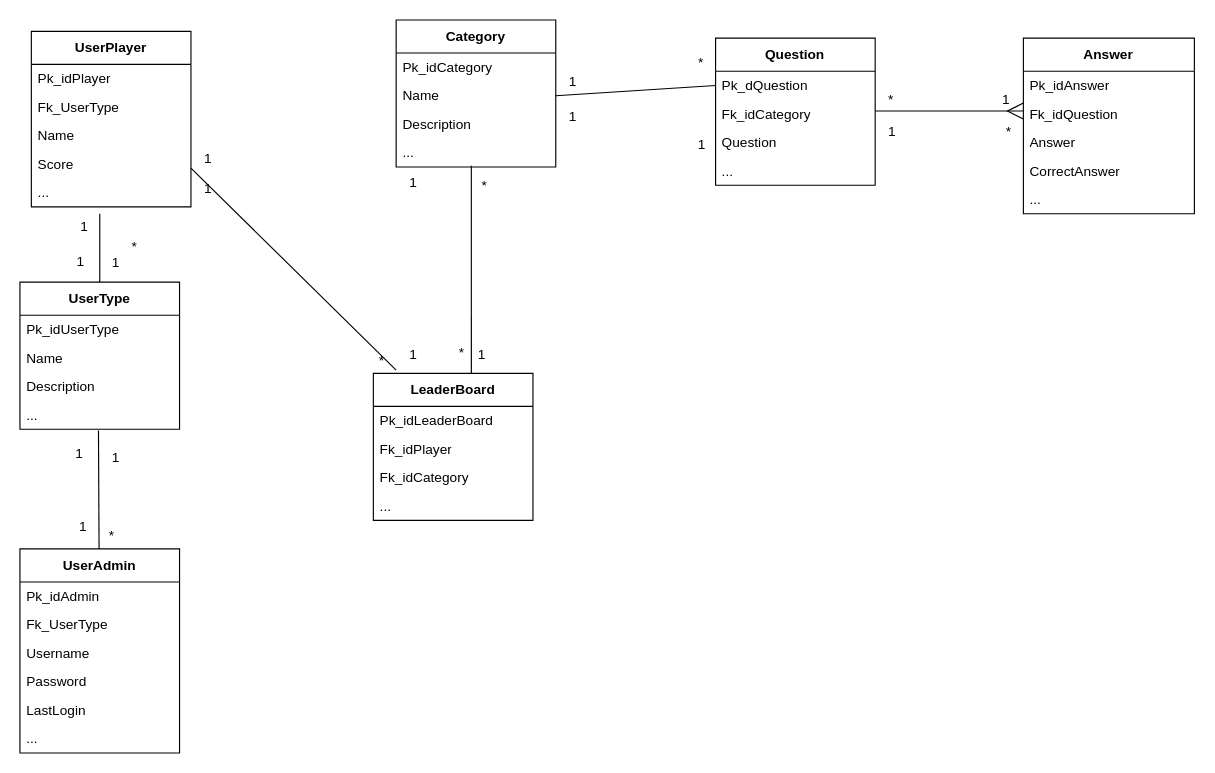
BACHILYEC/PROYECTO-FINAL-PROG-II keeps this draw.io diagram as File/03MER.drawio. Above is the earlier version. Source tidied: cells renumbered, new cells numbered last; positions are measured from the earlier drawing's top-left corner, leaving out a move shared by most shapes. Both pictures are drawn from the tidied source at 114%, with x=0, y=0 at pixel (19, 19).
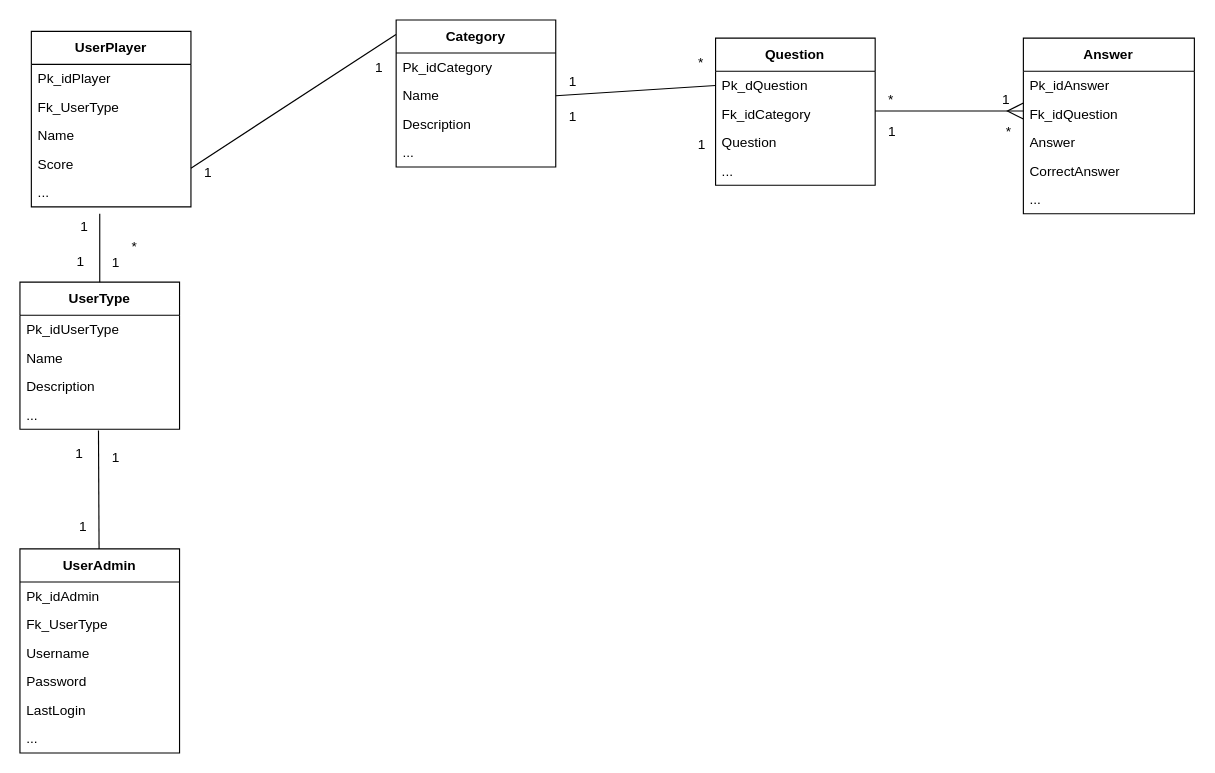
The same diagram, later.

The change refers to these unchanged cells:
```xml
<mxCell id="13" value="Category" style="swimlane;fontStyle=1;align=center;verticalAlign=middle;horizontal=1;startSize=29;html=1;whiteSpace=wrap;" parent="1" vertex="1">
  <mxGeometry x="330" width="140" height="129" as="geometry" />
</mxCell>
<mxCell id="17" value="&lt;div&gt;...&lt;/div&gt;" style="text;html=1;strokeColor=none;fillColor=none;align=left;verticalAlign=middle;spacingLeft=4;spacingRight=4;overflow=hidden;points=[[0,0.5],[1,0.5]];portConstraint=eastwest;whiteSpace=wrap;" parent="13" vertex="1">
  <mxGeometry y="104" width="140" height="25" as="geometry" />
</mxCell>
```

Diff of the diagram source:
```diff
@@
-    <mxCell id="24" value="LeaderBoard" style="swimlane;fontStyle=1;align=center;verticalAlign=middle;horizontal=1;startSize=29;html=1;whiteSpace=wrap;" parent="1" vertex="1">
-      <mxGeometry x="310" y="310" width="140" height="129" as="geometry" />
-    </mxCell>
-    <mxCell id="25" value="&lt;div&gt;Pk_idLeaderBoard&lt;/div&gt;" style="text;html=1;strokeColor=none;fillColor=none;align=left;verticalAlign=middle;spacingLeft=4;spacingRight=4;overflow=hidden;whiteSpace=wrap;" parent="24" vertex="1">
-      <mxGeometry y="29" width="140" height="25" as="geometry" />
-    </mxCell>
-    <mxCell id="26" value="&lt;div&gt;Fk_idPlayer&lt;/div&gt;" style="text;html=1;strokeColor=none;fillColor=none;align=left;verticalAlign=middle;spacingLeft=4;spacingRight=4;overflow=hidden;whiteSpace=wrap;" parent="24" vertex="1">
-      <mxGeometry y="54" width="140" height="25" as="geometry" />
-    </mxCell>
-    <mxCell id="27" value="Fk_idCategory" style="text;html=1;strokeColor=none;fillColor=none;align=left;verticalAlign=middle;spacingLeft=4;spacingRight=4;overflow=hidden;whiteSpace=wrap;" parent="24" vertex="1">
-      <mxGeometry y="79" width="140" height="25" as="geometry" />
-    </mxCell>
-    <mxCell id="28" value="&lt;div&gt;...&lt;/div&gt;" style="text;html=1;strokeColor=none;fillColor=none;align=left;verticalAlign=middle;spacingLeft=4;spacingRight=4;overflow=hidden;whiteSpace=wrap;" parent="24" vertex="1">
-      <mxGeometry y="104" width="140" height="25" as="geometry" />
-    </mxCell>
-    <mxCell id="29" style="endArrow=none;html=1;rounded=0;align=center;verticalAlign=top;endFill=0;labelBackgroundColor=none;entryX=0.143;entryY=-0.022;entryDx=0;entryDy=0;entryPerimeter=0;" parent="1" edge="1" target="24">
+    <mxCell id="29" style="endArrow=none;html=1;rounded=0;align=center;verticalAlign=top;endFill=0;labelBackgroundColor=none;entryX=-0.001;entryY=0.099;entryDx=0;entryDy=0;entryPerimeter=0;" parent="1" edge="1" target="13">
       <mxGeometry relative="1" as="geometry">
         <mxPoint x="150" y="130" as="sourcePoint" />
       </mxGeometry>
     </mxCell>
     <mxCell id="30" value="1" style="html=1;align=left;verticalAlign=bottom;labelBackgroundColor=none;" parent="29" vertex="1">
       <mxGeometry x="-1" relative="1" as="geometry">
-        <mxPoint x="10" as="offset" />
+        <mxPoint x="160" y="-80" as="offset" />
       </mxGeometry>
     </mxCell>
     <mxCell id="31" value="1" style="html=1;align=left;verticalAlign=top;labelBackgroundColor=none;" parent="29" vertex="1">
       <mxGeometry x="-1" relative="1" as="geometry">
-        <mxPoint x="10" y="4" as="offset" />
+        <mxPoint x="10" y="-10" as="offset" />
       </mxGeometry>
     </mxCell>
-    <mxCell id="32" value="*" style="html=1;align=right;verticalAlign=bottom;labelBackgroundColor=none;" parent="29" vertex="1">
-      <mxGeometry x="1" relative="1" as="geometry">
-        <mxPoint x="-10" as="offset" />
-      </mxGeometry>
-    </mxCell>
-    <mxCell id="33" style="endArrow=none;html=1;rounded=0;align=center;verticalAlign=top;endFill=0;labelBackgroundColor=none;entryX=0.614;entryY=0;entryDx=0;entryDy=0;exitX=0.471;exitY=0.96;exitDx=0;exitDy=0;exitPerimeter=0;entryPerimeter=0;" parent="1" edge="1" source="17" target="24">
-      <mxGeometry relative="1" as="geometry" />
-    </mxCell>
-    <mxCell id="34" style="html=1;align=left;verticalAlign=bottom;labelBackgroundColor=none;" parent="33" vertex="1">
-      <mxGeometry x="-1" relative="1" as="geometry" />
-    </mxCell>
-    <mxCell id="35" value="1" style="html=1;align=left;verticalAlign=top;labelBackgroundColor=none;" parent="1" vertex="1">
-      <mxGeometry x="340" y="280" as="geometry" />
-    </mxCell>
-    <mxCell id="36" value="1" style="html=1;align=left;verticalAlign=top;labelBackgroundColor=none;" parent="1" vertex="1">
-      <mxGeometry x="340" y="129" as="geometry" />
-    </mxCell>
-    <mxCell id="37" value="*" style="html=1;align=right;verticalAlign=bottom;labelBackgroundColor=none;" parent="1" vertex="1">
-      <mxGeometry x="390" y="300" as="geometry" />
-    </mxCell>
-    <mxCell id="38" value="1" style="html=1;align=left;verticalAlign=top;labelBackgroundColor=none;" parent="1" vertex="1">
-      <mxGeometry x="400" y="280" as="geometry" />
-    </mxCell>
-    <mxCell id="39" value="*" style="html=1;align=right;verticalAlign=bottom;labelBackgroundColor=none;" parent="1" vertex="1">
-      <mxGeometry x="410" y="154" as="geometry" />
-    </mxCell>
@@
-    <mxCell id="66" value="*" style="html=1;align=right;verticalAlign=bottom;labelBackgroundColor=none;" parent="1" vertex="1">
-      <mxGeometry x="590" y="370" as="geometry">
-        <mxPoint x="-507" y="91" as="offset" />
-      </mxGeometry>
-    </mxCell>
```
